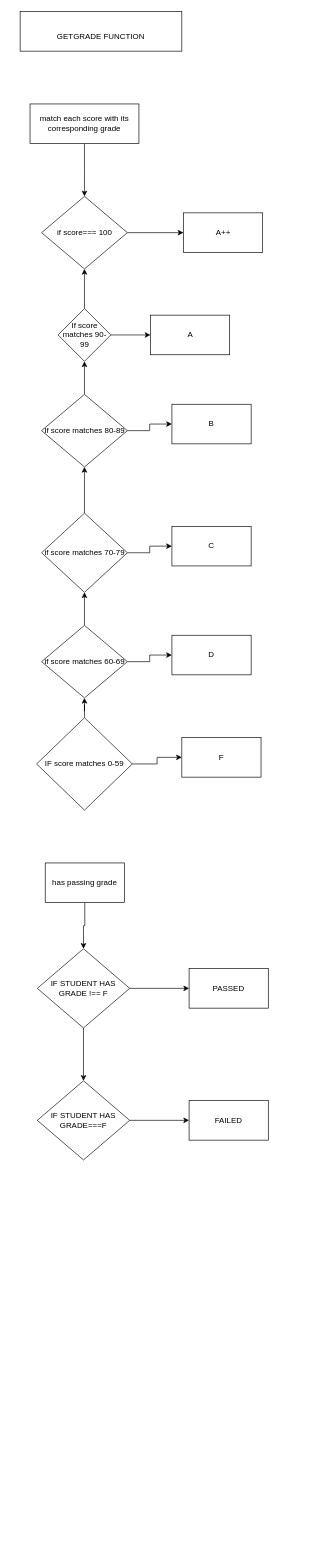
engineeredu/web-forms keeps this draw.io diagram as practice.drawio. Above is the earlier version. Source tidied: cells renumbered, new cells numbered last; positions are measured from the earlier drawing's top-left corner, leaving out a move shared by most shapes. Both pictures are drawn from the tidied source at 66%, with x=0, y=0 at pixel (20, 11).
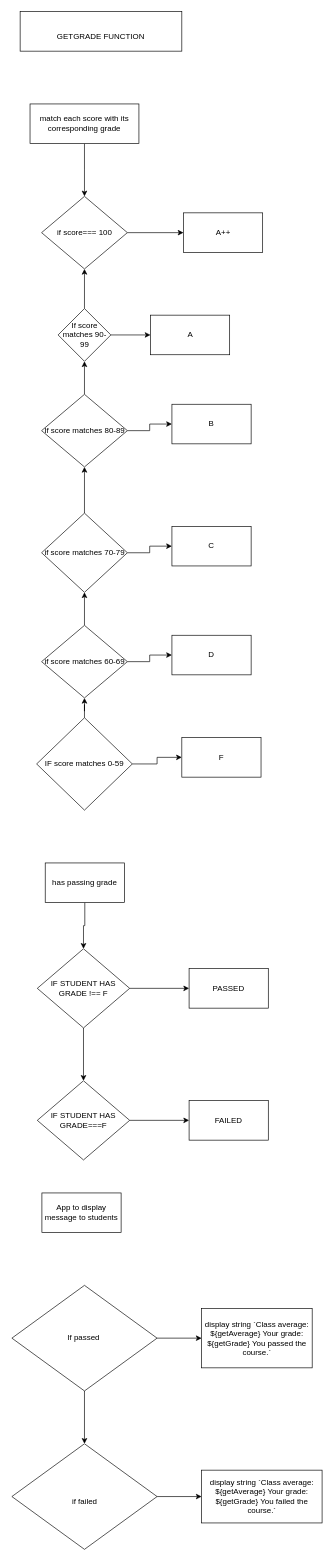
Above is the later version.

Diff of the diagram source:
```diff
@@
+    <mxCell id="37" value="App to display message to students" style="rounded=0;whiteSpace=wrap;html=1;" parent="1" vertex="1">
+      <mxGeometry x="33" y="1790" width="120" height="60" as="geometry" />
+    </mxCell>
+    <mxCell id="38" style="edgeStyle=orthogonalEdgeStyle;rounded=0;jettySize=auto;html=1;" parent="1" edge="1" source="40" target="41">
+      <mxGeometry relative="1" as="geometry" />
+    </mxCell>
+    <mxCell id="39" style="edgeStyle=orthogonalEdgeStyle;rounded=0;jettySize=auto;html=1;" parent="1" edge="1" source="40" target="43">
+      <mxGeometry relative="1" as="geometry" />
+    </mxCell>
+    <mxCell id="40" value="If passed&amp;nbsp;" style="rhombus;whiteSpace=wrap;html=1;" parent="1" vertex="1">
+      <mxGeometry x="-12.5" y="1930" width="220" height="160" as="geometry" />
+    </mxCell>
+    <mxCell id="41" value="display string `Class average: ${getAverage} Your grade: ${getGrade} You passed the course.&lt;span style=&quot;background-color: transparent; color: light-dark(rgb(0, 0, 0), rgb(255, 255, 255));&quot;&gt;`&lt;/span&gt;" style="whiteSpace=wrap;html=1;" parent="1" vertex="1">
+      <mxGeometry x="275" y="1965" width="167.5" height="90" as="geometry" />
+    </mxCell>
+    <mxCell id="42" style="edgeStyle=orthogonalEdgeStyle;rounded=0;jettySize=auto;html=1;" parent="1" edge="1" source="43" target="44">
+      <mxGeometry relative="1" as="geometry" />
+    </mxCell>
+    <mxCell id="43" value="&lt;br&gt;&lt;div&gt;if failed&lt;/div&gt;" style="rhombus;whiteSpace=wrap;html=1;" parent="1" vertex="1">
+      <mxGeometry x="-12.5" y="2170" width="220" height="160" as="geometry" />
+    </mxCell>
+    <mxCell id="44" value="display string `Class average: ${getAverage} Your grade: ${getGrade} You failed the course.&lt;span style=&quot;color: light-dark(rgb(0, 0, 0), rgb(255, 255, 255)); background-color: transparent;&quot;&gt;`&lt;/span&gt;" style="whiteSpace=wrap;html=1;" parent="1" vertex="1">
+      <mxGeometry x="275" y="2210" width="182.5" height="80" as="geometry" />
+    </mxCell>
```
